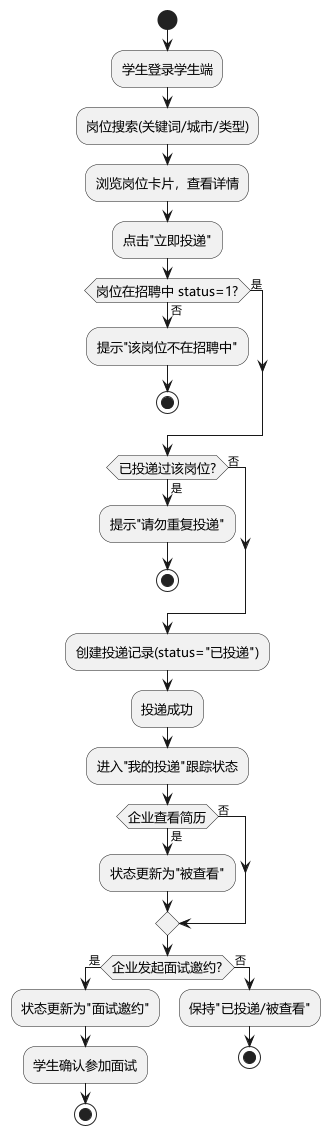
This is uml/png/季磊/学生投递活动图.png from sheep7-bot/recruit-internship-system, a PlantUML export, as it was before one commit. Its diagram source:
```plantuml
@startuml 学生投递活动图
skinparam defaultFontName "Microsoft YaHei"
skinparam activityDiamondFontSize 13
skinparam activityFontSize 13
skinparam defaultTextAlignment center

start
:学生登录学生端;
:岗位搜索(关键词/城市/类型);
:浏览岗位卡片，查看详情;
:点击"立即投递";
if (岗位在招聘中 status=1?) then (否)
  :提示"该岗位不在招聘中";
  stop
else (是)
endif
if (已投递过该岗位?) then (是)
  :提示"请勿重复投递";
  stop
else (否)
endif
:创建投递记录(status="已投递");
:投递成功;
:进入"我的投递"跟踪状态;
if (企业查看简历) then (是)
  :状态更新为"被查看";
else (否)
endif
if (企业发起面试邀约?) then (是)
  :状态更新为"面试邀约";
  :学生确认参加面试;
  stop
else (否)
  :保持"已投递/被查看";
  stop
endif
@enduml
```
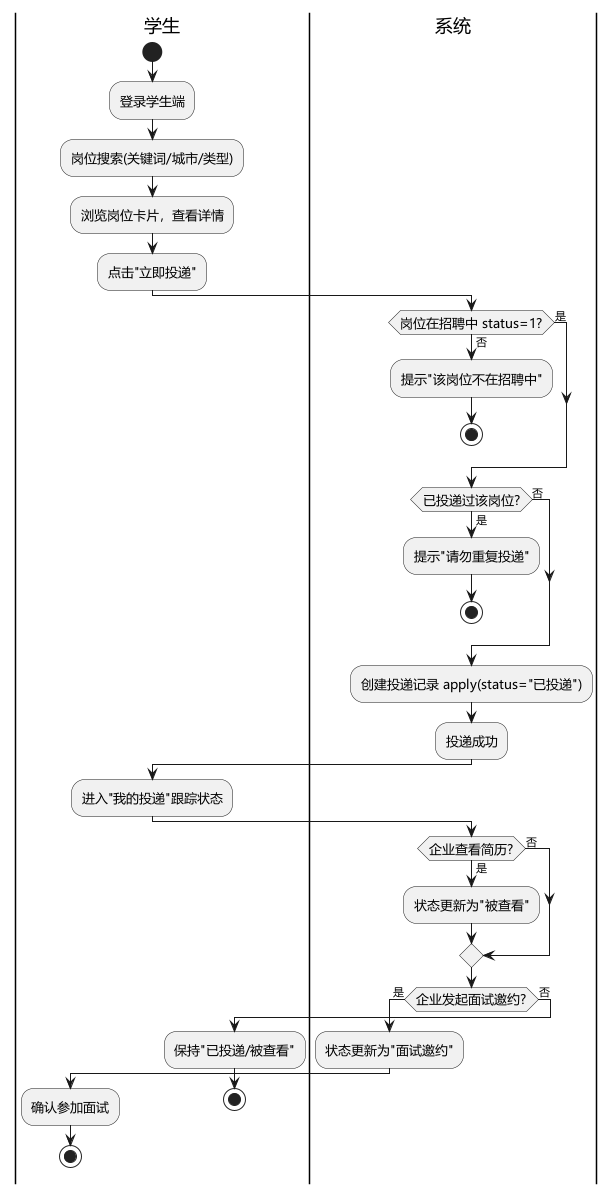
Above is the later version.

Diff of the diagram source:
```diff
@@ -4,11 +4,13 @@
 skinparam activityFontSize 13
 skinparam defaultTextAlignment center
 
+|学生|
 start
-:学生登录学生端;
+:登录学生端;
 :岗位搜索(关键词/城市/类型);
 :浏览岗位卡片，查看详情;
 :点击"立即投递";
+|系统|
 if (岗位在招聘中 status=1?) then (否)
   :提示"该岗位不在招聘中";
   stop
@@ -19,16 +21,19 @@
   stop
 else (否)
 endif
-:创建投递记录(status="已投递");
+:创建投递记录 apply(status="已投递");
 :投递成功;
+|学生|
 :进入"我的投递"跟踪状态;
-if (企业查看简历) then (是)
+|系统|
+if (企业查看简历?) then (是)
   :状态更新为"被查看";
 else (否)
 endif
 if (企业发起面试邀约?) then (是)
   :状态更新为"面试邀约";
-  :学生确认参加面试;
+  |学生|
+  :确认参加面试;
   stop
 else (否)
   :保持"已投递/被查看";
```
